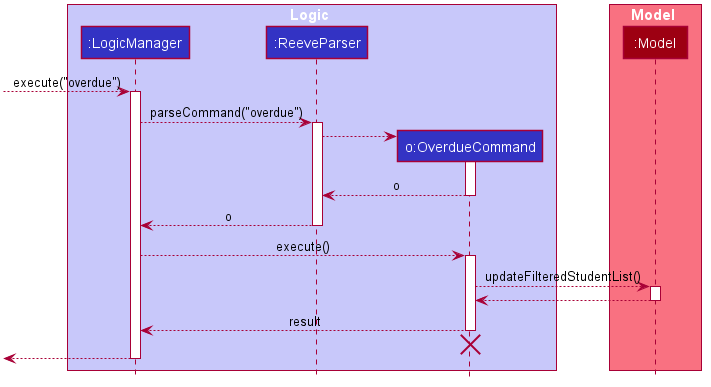
The PlantUML diagram docs/images/OverdueSequenceDiagram.png in nus-cs2103-AY2021S1/tp, before a commit. Its diagram source:
```plantuml
@startuml








skinparam BackgroundColor #FFFFFFF

skinparam Shadowing false

skinparam Class {
    FontColor #FFFFFF
    BorderThickness 1
    BorderColor #FFFFFF
    StereotypeFontColor #FFFFFF
    FontName Arial
}

skinparam Actor {
    BorderColor #000000
    Color #000000
    FontName Arial
}

skinparam Sequence {
    MessageAlign center
    BoxFontSize 15
    BoxPadding 0
    BoxFontColor #FFFFFF
    FontName Arial
}

skinparam Participant {
    FontColor #FFFFFFF
    Padding 20
}

skinparam MinClassWidth 50
skinparam ParticipantPadding 10
skinparam Shadowing false
skinparam DefaultTextAlignment center
skinparam packageStyle Rectangle

hide footbox
hide members
hide circle

box Logic #C8C8FA
participant ":LogicManager" as LogicManager #3333C4
participant ":ReeveParser" as ReeveParser #3333C4
participant "o:OverdueCommand" as Command #3333C4
end box

box Model #F97181
participant ":Model" as Model #9D0012
end box

[--> LogicManager : execute("overdue")
activate LogicManager

LogicManager --> ReeveParser : parseCommand("overdue")
activate ReeveParser

create Command
ReeveParser --> Command
activate Command

Command --> ReeveParser : o
deactivate Command

ReeveParser --> LogicManager : o
deactivate ReeveParser

LogicManager --> Command : execute()
activate Command

Command --> Model : updateFilteredStudentList()
activate Model

Model --> Command
deactivate Model

Command  --> LogicManager : result
deactivate Command

Command -[hidden]-> LogicManager
destroy Command

[<-- LogicManager
deactivate LogicManager
@enduml
```
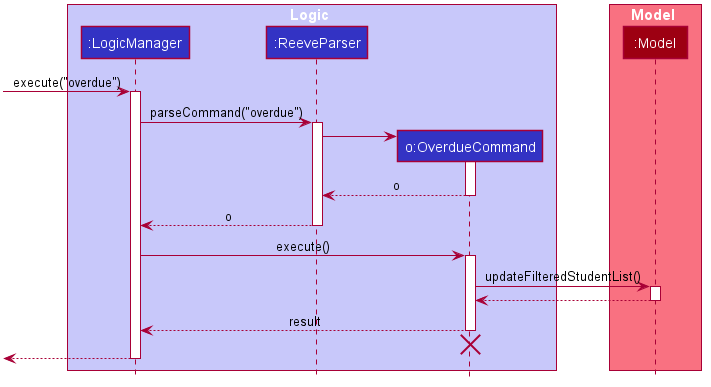
Later version of the same file.

Commit message:
Improve UML notation

Change to the diagram source:
```diff
@@ -58,14 +58,14 @@
 participant ":Model" as Model #9D0012
 end box
 
-[--> LogicManager : execute("overdue")
+[-> LogicManager : execute("overdue")
 activate LogicManager
 
-LogicManager --> ReeveParser : parseCommand("overdue")
+LogicManager -> ReeveParser : parseCommand("overdue")
 activate ReeveParser
 
 create Command
-ReeveParser --> Command
+ReeveParser -> Command
 activate Command
 
 Command --> ReeveParser : o
@@ -74,16 +74,16 @@
 ReeveParser --> LogicManager : o
 deactivate ReeveParser
 
-LogicManager --> Command : execute()
+LogicManager -> Command : execute()
 activate Command
 
-Command --> Model : updateFilteredStudentList()
+Command -> Model : updateFilteredStudentList()
 activate Model
 
 Model --> Command
 deactivate Model
 
-Command  --> LogicManager : result
+Command --> LogicManager : result
 deactivate Command
 
 Command -[hidden]-> LogicManager
```
